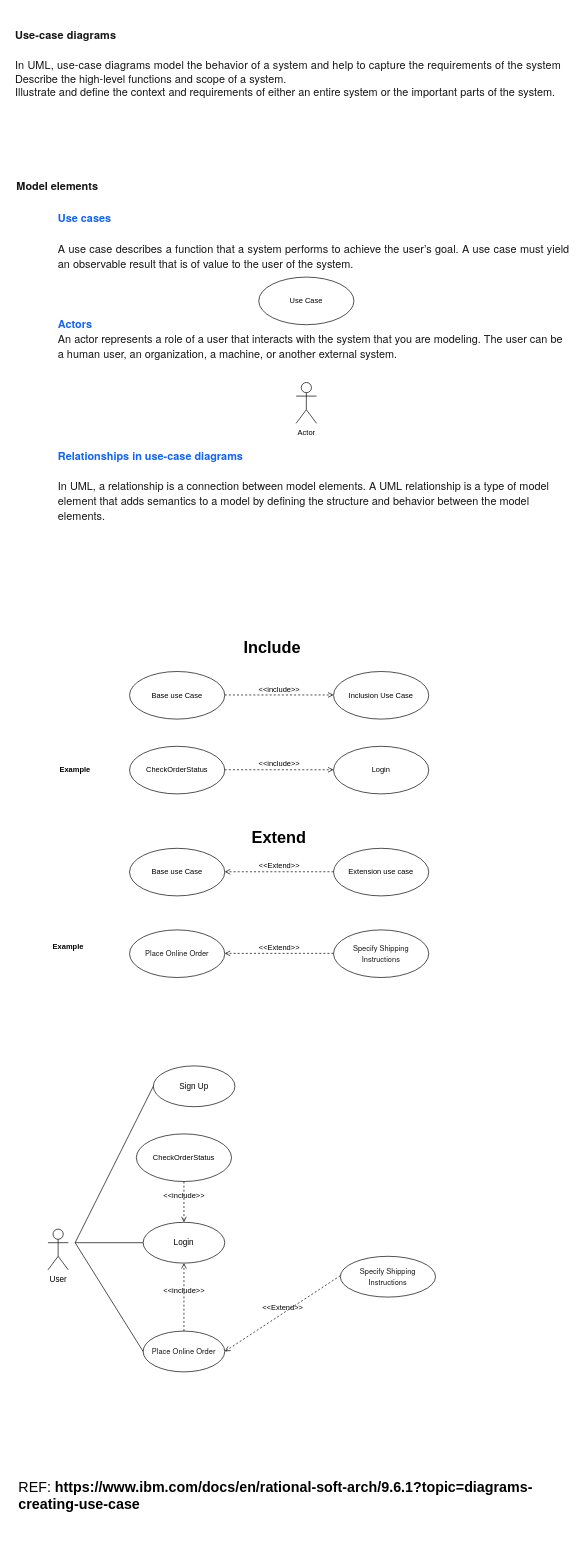
Before: page "Use Case" (2 of 3) of Sequence.drawio in huutriGh/Apptech-Diagram, a draw.io diagram. Source tidied: cells renumbered, new cells numbered last; positions are measured from the earlier drawing's top-left corner, leaving out a move shared by most shapes. Both pictures are drawn from the tidied source at 68%, with x=0, y=0 at pixel (12, 18).
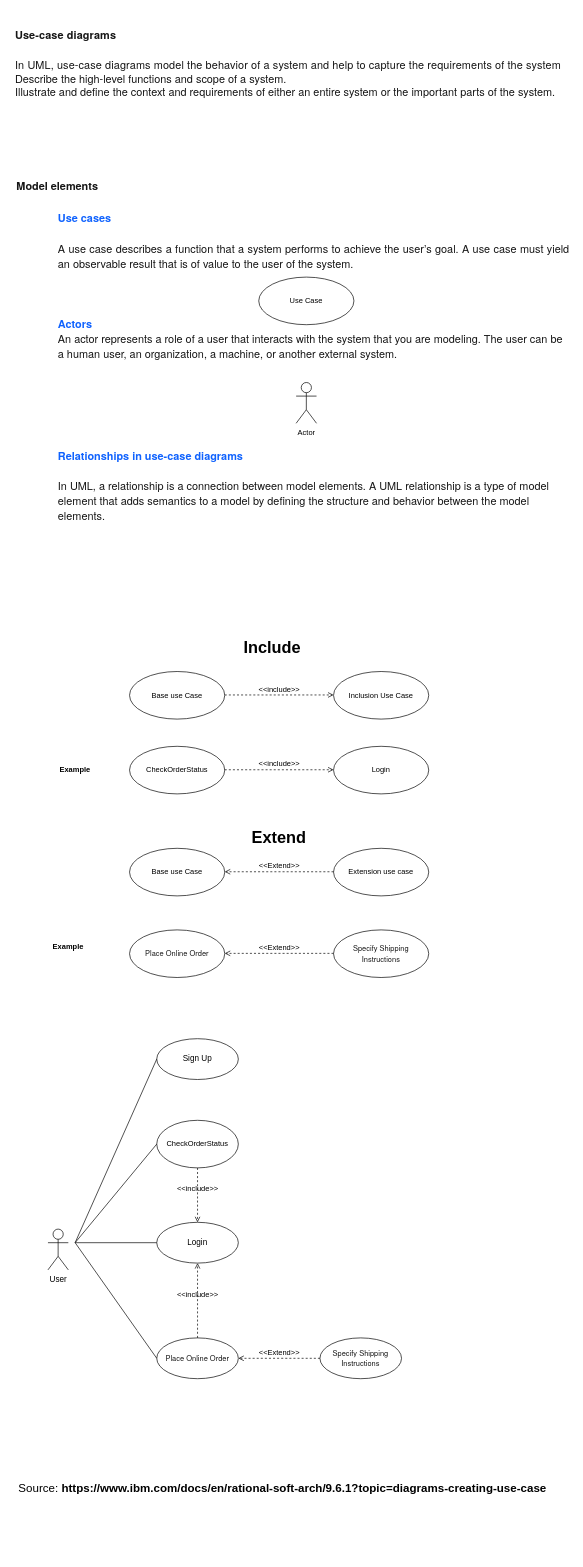
After the change.

Diff of the diagram source:
```diff
@@
-    <mxCell id="23" value="&lt;span style=&quot;font-weight: normal;&quot;&gt;REF:&lt;/span&gt; https://www.ibm.com/docs/en/rational-soft-arch/9.6.1?topic=diagrams-creating-use-case" style="text;whiteSpace=wrap;html=1;fontStyle=1;fontSize=21;" parent="1" vertex="1">
-      <mxGeometry x="7.5" y="2140" width="798" height="120" as="geometry" />
+    <mxCell id="23" value="&lt;font style=&quot;font-size: 17px;&quot;&gt;&lt;span style=&quot;font-weight: normal;&quot;&gt;Source:&lt;/span&gt; https://www.ibm.com/docs/en/rational-soft-arch/9.6.1?topic=diagrams-creating-use-case&lt;/font&gt;" style="text;whiteSpace=wrap;html=1;fontStyle=1;fontSize=21;" parent="1" vertex="1">
+      <mxGeometry x="7.5" y="2140" width="798" height="40" as="geometry" />
     </mxCell>
@@
     <mxCell id="25" value="Sign Up" style="ellipse;whiteSpace=wrap;html=1;verticalAlign=middle;labelBackgroundColor=default;" parent="1" vertex="1">
-      <mxGeometry x="208" y="1540" width="120" height="60" as="geometry" />
+      <mxGeometry x="213" y="1500" width="120" height="60" as="geometry" />
     </mxCell>
     <mxCell id="26" value="Login" style="ellipse;whiteSpace=wrap;html=1;verticalAlign=middle;labelBackgroundColor=default;" parent="1" vertex="1">
-      <mxGeometry x="193" y="1770" width="120" height="60" as="geometry" />
+      <mxGeometry x="213" y="1770" width="120" height="60" as="geometry" />
     </mxCell>
     <mxCell id="27" value="&lt;span style=&quot;color: rgb(22, 22, 22); font-family: &amp;quot;IBM Plex Sans&amp;quot;, &amp;quot;Helvetica Neue&amp;quot;, Arial, sans-serif; text-align: start; background-color: rgb(255, 255, 255);&quot;&gt;Place Online Order&lt;/span&gt;" style="ellipse;whiteSpace=wrap;html=1;fontSize=11;" parent="1" vertex="1">
-      <mxGeometry x="193" y="1930" width="120" height="60" as="geometry" />
+      <mxGeometry x="213" y="1940" width="120" height="60" as="geometry" />
     </mxCell>
     <mxCell id="28" value="&lt;span style=&quot;color: rgb(22, 22, 22); font-family: &amp;quot;IBM Plex Sans&amp;quot;, &amp;quot;Helvetica Neue&amp;quot;, Arial, sans-serif; text-align: start; background-color: rgb(255, 255, 255);&quot;&gt;Specify Shipping Instructions&lt;/span&gt;" style="ellipse;whiteSpace=wrap;html=1;fontSize=11;" parent="1" vertex="1">
-      <mxGeometry x="483" y="1820" width="140" height="60" as="geometry" />
+      <mxGeometry x="453" y="1940" width="120" height="60" as="geometry" />
     </mxCell>
-    <mxCell id="29" value="&amp;lt;&amp;lt;Extend&amp;gt;&amp;gt;" style="html=1;verticalAlign=bottom;labelBackgroundColor=none;endArrow=open;endFill=0;dashed=1;rounded=0;fontSize=11;entryX=1;entryY=0.5;entryDx=0;entryDy=0;" parent="1" edge="1" target="27">
-      <mxGeometry relative="1" as="geometry">
-        <mxPoint x="483" y="1848.5" as="sourcePoint" />
-      </mxGeometry>
+    <mxCell id="29" value="&amp;lt;&amp;lt;Extend&amp;gt;&amp;gt;" style="html=1;verticalAlign=bottom;labelBackgroundColor=none;endArrow=open;endFill=0;dashed=1;rounded=0;fontSize=11;entryX=1;entryY=0.5;entryDx=0;entryDy=0;exitX=0;exitY=0.5;exitDx=0;exitDy=0;" parent="1" edge="1" source="28" target="27">
+      <mxGeometry relative="1" as="geometry" />
     </mxCell>
@@
     <mxCell id="34" value="CheckOrderStatus" style="ellipse;whiteSpace=wrap;html=1;fontSize=11;" parent="1" vertex="1">
-      <mxGeometry x="183" y="1640" width="140" height="70" as="geometry" />
+      <mxGeometry x="213" y="1620" width="120" height="70" as="geometry" />
     </mxCell>
@@
+    <mxCell id="36" style="endArrow=none;html=1;rounded=0;entryX=0;entryY=0.5;entryDx=0;entryDy=0;" parent="1" edge="1" target="34">
+      <mxGeometry relative="1" as="geometry">
+        <mxPoint x="93" y="1800" as="sourcePoint" />
+      </mxGeometry>
+    </mxCell>
```
